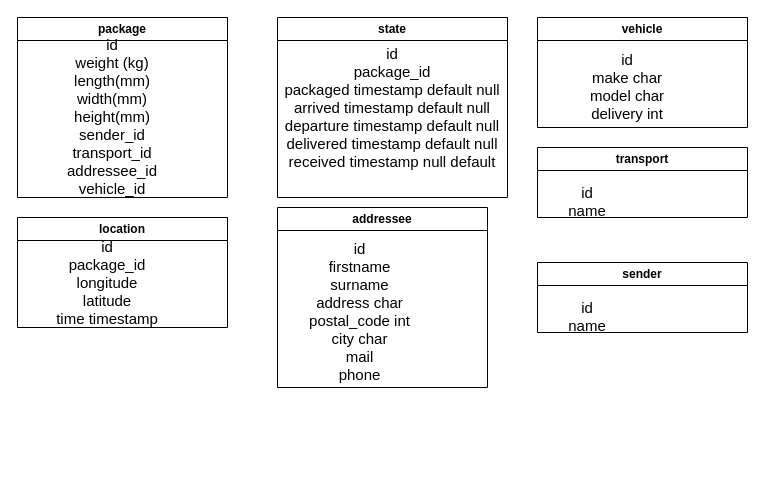
Jonathan-Schlegel/SAE302 keeps this draw.io diagram as schema_bdd.drawio. Above is the earlier version. Source tidied: cells renumbered, new cells numbered last; positions are measured from the earlier drawing's top-left corner, leaving out a move shared by most shapes. Both pictures are drawn from the tidied source at 100%, with x=0, y=0 at pixel (17, 17).
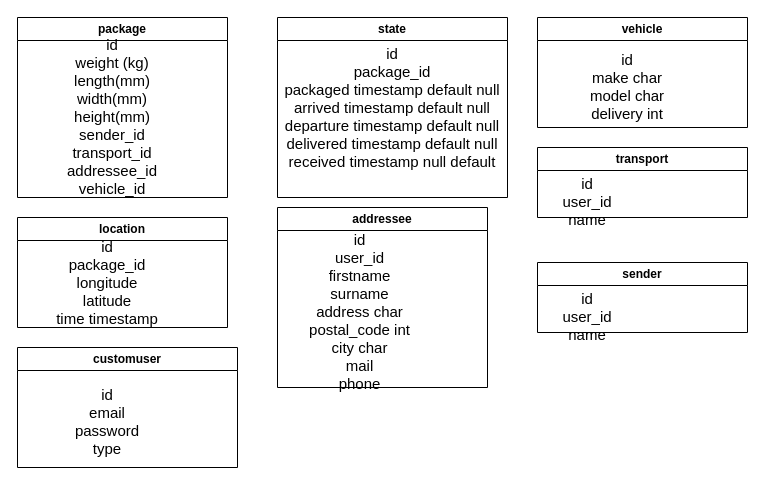
After the change.

The edit, as a diff of the source:
```diff
@@
 <mxGraphModel>
   <root>
     <mxCell id="0" />
     <mxCell id="1" parent="0" />
     <mxCell id="2" value="package" style="swimlane;whiteSpace=wrap;html=1;" parent="1" vertex="1">
       <mxGeometry width="210" height="180" as="geometry" />
     </mxCell>
     <mxCell id="3" value="&lt;div style=&quot;font-size: 15px;&quot;&gt;&lt;font style=&quot;font-size: 15px;&quot;&gt;&lt;br&gt;&lt;/font&gt;&lt;/div&gt;&lt;div style=&quot;font-size: 15px;&quot;&gt;&lt;font style=&quot;font-size: 15px;&quot;&gt;id&lt;/font&gt;&lt;/div&gt;&lt;div style=&quot;font-size: 15px;&quot;&gt;&lt;font style=&quot;font-size: 15px;&quot;&gt;weight (kg)&lt;br&gt;&lt;/font&gt;&lt;/div&gt;&lt;div style=&quot;font-size: 15px;&quot;&gt;&lt;font style=&quot;font-size: 15px;&quot;&gt;length(mm)&lt;/font&gt;&lt;/div&gt;&lt;div style=&quot;font-size: 15px;&quot;&gt;&lt;font style=&quot;font-size: 15px;&quot;&gt;width(mm)&lt;/font&gt;&lt;/div&gt;&lt;div style=&quot;font-size: 15px;&quot;&gt;&lt;font style=&quot;font-size: 15px;&quot;&gt;height(mm)&lt;/font&gt;&lt;/div&gt;&lt;div style=&quot;font-size: 15px;&quot;&gt;&lt;font style=&quot;font-size: 15px;&quot;&gt;sender_id&lt;/font&gt;&lt;/div&gt;&lt;div style=&quot;font-size: 15px;&quot;&gt;&lt;font style=&quot;font-size: 15px;&quot;&gt;transport_id&lt;/font&gt;&lt;/div&gt;&lt;div style=&quot;font-size: 15px;&quot;&gt;&lt;font style=&quot;font-size: 15px;&quot;&gt;addressee_id&lt;font style=&quot;font-size: 15px;&quot;&gt;&lt;br&gt;&lt;/font&gt;&lt;/font&gt;&lt;/div&gt;&lt;div style=&quot;font-size: 15px;&quot;&gt;&lt;font style=&quot;font-size: 15px;&quot;&gt;&lt;font style=&quot;font-size: 15px;&quot;&gt;vehicle_id&lt;br&gt;&lt;/font&gt;&lt;/font&gt;&lt;/div&gt;" style="text;html=1;strokeColor=none;fillColor=none;align=center;verticalAlign=middle;whiteSpace=wrap;rounded=0;" parent="2" vertex="1">
       <mxGeometry x="20" y="75" width="150" height="30" as="geometry" />
     </mxCell>
     <mxCell id="4" value="state" style="swimlane;whiteSpace=wrap;html=1;" parent="1" vertex="1">
       <mxGeometry x="260" width="230" height="180" as="geometry" />
     </mxCell>
     <mxCell id="5" value="&lt;div style=&quot;font-size: 15px;&quot;&gt;&lt;font style=&quot;font-size: 15px;&quot;&gt;&lt;br&gt;&lt;/font&gt;&lt;/div&gt;&lt;div style=&quot;font-size: 15px;&quot;&gt;&lt;font style=&quot;font-size: 15px;&quot;&gt;id&lt;/font&gt;&lt;/div&gt;&lt;div style=&quot;font-size: 15px;&quot;&gt;&lt;font style=&quot;font-size: 15px;&quot;&gt;package_id&lt;br&gt;&lt;/font&gt;&lt;/div&gt;&lt;div style=&quot;font-size: 15px;&quot;&gt;&lt;font style=&quot;font-size: 15px;&quot;&gt;packaged timestamp default null&lt;br&gt;&lt;/font&gt;&lt;/div&gt;&lt;div style=&quot;font-size: 15px;&quot;&gt;&lt;font style=&quot;font-size: 15px;&quot;&gt;arrived timestamp default null&lt;br&gt;&lt;/font&gt;&lt;/div&gt;&lt;div style=&quot;font-size: 15px;&quot;&gt;&lt;font style=&quot;font-size: 15px;&quot;&gt;departure timestamp default null&lt;br&gt;&lt;/font&gt;&lt;/div&gt;&lt;div style=&quot;font-size: 15px;&quot;&gt;&lt;font style=&quot;font-size: 15px;&quot;&gt;delivered timestamp default null&lt;br&gt;&lt;/font&gt;&lt;/div&gt;&lt;div style=&quot;font-size: 15px;&quot;&gt;&lt;font style=&quot;font-size: 15px;&quot;&gt;received timestamp null default&lt;br&gt;&lt;/font&gt;&lt;/div&gt;&lt;div style=&quot;font-size: 15px;&quot;&gt;&lt;font style=&quot;font-size: 15px;&quot;&gt;&lt;font style=&quot;font-size: 15px;&quot;&gt;&lt;br&gt;&lt;/font&gt;&lt;/font&gt;&lt;/div&gt;" style="text;html=1;strokeColor=none;fillColor=none;align=center;verticalAlign=middle;whiteSpace=wrap;rounded=0;" parent="4" vertex="1">
       <mxGeometry y="75" width="230" height="30" as="geometry" />
     </mxCell>
     <mxCell id="6" value="location" style="swimlane;whiteSpace=wrap;html=1;" parent="1" vertex="1">
       <mxGeometry y="200" width="210" height="110" as="geometry" />
     </mxCell>
     <mxCell id="7" value="&lt;div style=&quot;font-size: 15px;&quot;&gt;&lt;font style=&quot;font-size: 15px;&quot;&gt;&lt;br&gt;&lt;/font&gt;&lt;/div&gt;&lt;div style=&quot;font-size: 15px;&quot;&gt;&lt;font style=&quot;font-size: 15px;&quot;&gt;id&lt;/font&gt;&lt;/div&gt;&lt;div style=&quot;font-size: 15px;&quot;&gt;&lt;font style=&quot;font-size: 15px;&quot;&gt;package_id&lt;/font&gt;&lt;/div&gt;&lt;div style=&quot;font-size: 15px;&quot;&gt;&lt;font style=&quot;font-size: 15px;&quot;&gt;longitude&lt;/font&gt;&lt;/div&gt;&lt;div style=&quot;font-size: 15px;&quot;&gt;&lt;font style=&quot;font-size: 15px;&quot;&gt;latitude&lt;/font&gt;&lt;/div&gt;&lt;div style=&quot;font-size: 15px;&quot;&gt;&lt;font style=&quot;font-size: 15px;&quot;&gt;time timestamp&lt;br&gt;&lt;/font&gt;&lt;/div&gt;&lt;div style=&quot;font-size: 15px;&quot;&gt;&lt;font style=&quot;font-size: 15px;&quot;&gt;&lt;font style=&quot;font-size: 15px;&quot;&gt;&lt;br&gt;&lt;/font&gt;&lt;/font&gt;&lt;/div&gt;" style="text;html=1;strokeColor=none;fillColor=none;align=center;verticalAlign=middle;whiteSpace=wrap;rounded=0;" parent="6" vertex="1">
       <mxGeometry x="20" y="50" width="140" height="30" as="geometry" />
     </mxCell>
     <mxCell id="8" value="transport" style="swimlane;whiteSpace=wrap;html=1;" parent="1" vertex="1">
       <mxGeometry x="520" y="130" width="210" height="70" as="geometry" />
     </mxCell>
-    <mxCell id="9" value="&lt;div style=&quot;font-size: 15px;&quot;&gt;&lt;font style=&quot;font-size: 15px;&quot;&gt;&lt;br&gt;&lt;/font&gt;&lt;/div&gt;&lt;div style=&quot;font-size: 15px;&quot;&gt;&lt;font style=&quot;font-size: 15px;&quot;&gt;id&lt;/font&gt;&lt;/div&gt;&lt;div style=&quot;font-size: 15px;&quot;&gt;&lt;font style=&quot;font-size: 15px;&quot;&gt;name&lt;/font&gt;&lt;/div&gt;" style="text;html=1;strokeColor=none;fillColor=none;align=center;verticalAlign=middle;whiteSpace=wrap;rounded=0;" parent="8" vertex="1">
+    <mxCell id="9" value="&lt;div style=&quot;font-size: 15px;&quot;&gt;&lt;font style=&quot;font-size: 15px;&quot;&gt;&lt;br&gt;&lt;/font&gt;&lt;/div&gt;&lt;div style=&quot;font-size: 15px;&quot;&gt;&lt;font style=&quot;font-size: 15px;&quot;&gt;id&lt;/font&gt;&lt;/div&gt;&lt;div style=&quot;font-size: 15px;&quot;&gt;&lt;font style=&quot;font-size: 15px;&quot;&gt;user_id&lt;/font&gt;&lt;/div&gt;&lt;div style=&quot;font-size: 15px;&quot;&gt;&lt;font style=&quot;font-size: 15px;&quot;&gt;name&lt;/font&gt;&lt;/div&gt;" style="text;html=1;strokeColor=none;fillColor=none;align=center;verticalAlign=middle;whiteSpace=wrap;rounded=0;" parent="8" vertex="1">
       <mxGeometry x="20" y="30" width="60" height="30" as="geometry" />
     </mxCell>
     <mxCell id="10" value="addressee" style="swimlane;whiteSpace=wrap;html=1;" parent="1" vertex="1">
       <mxGeometry x="260" y="190" width="210" height="180" as="geometry" />
     </mxCell>
-    <mxCell id="11" value="&lt;div style=&quot;font-size: 15px;&quot;&gt;&lt;font style=&quot;font-size: 15px;&quot;&gt;&lt;br&gt;&lt;/font&gt;&lt;/div&gt;&lt;div style=&quot;font-size: 15px;&quot;&gt;&lt;font style=&quot;font-size: 15px;&quot;&gt;id&lt;/font&gt;&lt;/div&gt;&lt;div style=&quot;font-size: 15px;&quot;&gt;&lt;font style=&quot;font-size: 15px;&quot;&gt;firstname&lt;/font&gt;&lt;/div&gt;&lt;div style=&quot;font-size: 15px;&quot;&gt;&lt;font style=&quot;font-size: 15px;&quot;&gt;surname &lt;br&gt;&lt;/font&gt;&lt;/div&gt;&lt;div style=&quot;font-size: 15px;&quot;&gt;&lt;font style=&quot;font-size: 15px;&quot;&gt;&lt;font style=&quot;font-size: 15px;&quot;&gt;address char&lt;br&gt;&lt;/font&gt;&lt;/font&gt;&lt;/div&gt;&lt;div style=&quot;font-size: 15px;&quot;&gt;&lt;font style=&quot;font-size: 15px;&quot;&gt;&lt;font style=&quot;font-size: 15px;&quot;&gt;postal_code int&lt;br&gt;&lt;/font&gt;&lt;/font&gt;&lt;/div&gt;&lt;div style=&quot;font-size: 15px;&quot;&gt;&lt;font style=&quot;font-size: 15px;&quot;&gt;&lt;font style=&quot;font-size: 15px;&quot;&gt;city char&lt;br&gt;&lt;/font&gt;&lt;/font&gt;&lt;/div&gt;&lt;div style=&quot;font-size: 15px;&quot;&gt;&lt;font style=&quot;font-size: 15px;&quot;&gt;&lt;font style=&quot;font-size: 15px;&quot;&gt;mail&lt;/font&gt;&lt;/font&gt;&lt;/div&gt;&lt;div style=&quot;font-size: 15px;&quot;&gt;&lt;font style=&quot;font-size: 15px;&quot;&gt;&lt;font style=&quot;font-size: 15px;&quot;&gt;phone &lt;br&gt;&lt;/font&gt;&lt;/font&gt;&lt;/div&gt;" style="text;html=1;strokeColor=none;fillColor=none;align=center;verticalAlign=middle;whiteSpace=wrap;rounded=0;" parent="10" vertex="1">
+    <mxCell id="11" value="&lt;div style=&quot;font-size: 15px;&quot;&gt;&lt;font style=&quot;font-size: 15px;&quot;&gt;&lt;br&gt;&lt;/font&gt;&lt;/div&gt;&lt;div style=&quot;font-size: 15px;&quot;&gt;&lt;font style=&quot;font-size: 15px;&quot;&gt;id&lt;/font&gt;&lt;/div&gt;&lt;div style=&quot;font-size: 15px;&quot;&gt;user_id&lt;/div&gt;&lt;div style=&quot;font-size: 15px;&quot;&gt;&lt;font style=&quot;font-size: 15px;&quot;&gt;firstname&lt;/font&gt;&lt;/div&gt;&lt;div style=&quot;font-size: 15px;&quot;&gt;&lt;font style=&quot;font-size: 15px;&quot;&gt;surname &lt;br&gt;&lt;/font&gt;&lt;/div&gt;&lt;div style=&quot;font-size: 15px;&quot;&gt;&lt;font style=&quot;font-size: 15px;&quot;&gt;&lt;font style=&quot;font-size: 15px;&quot;&gt;address char&lt;br&gt;&lt;/font&gt;&lt;/font&gt;&lt;/div&gt;&lt;div style=&quot;font-size: 15px;&quot;&gt;&lt;font style=&quot;font-size: 15px;&quot;&gt;&lt;font style=&quot;font-size: 15px;&quot;&gt;postal_code int&lt;br&gt;&lt;/font&gt;&lt;/font&gt;&lt;/div&gt;&lt;div style=&quot;font-size: 15px;&quot;&gt;&lt;font style=&quot;font-size: 15px;&quot;&gt;&lt;font style=&quot;font-size: 15px;&quot;&gt;city char&lt;br&gt;&lt;/font&gt;&lt;/font&gt;&lt;/div&gt;&lt;div style=&quot;font-size: 15px;&quot;&gt;&lt;font style=&quot;font-size: 15px;&quot;&gt;&lt;font style=&quot;font-size: 15px;&quot;&gt;mail&lt;/font&gt;&lt;/font&gt;&lt;/div&gt;&lt;div style=&quot;font-size: 15px;&quot;&gt;&lt;font style=&quot;font-size: 15px;&quot;&gt;&lt;font style=&quot;font-size: 15px;&quot;&gt;phone &lt;br&gt;&lt;/font&gt;&lt;/font&gt;&lt;/div&gt;" style="text;html=1;strokeColor=none;fillColor=none;align=center;verticalAlign=middle;whiteSpace=wrap;rounded=0;" parent="10" vertex="1">
       <mxGeometry x="15" y="80" width="135" height="30" as="geometry" />
     </mxCell>
     <mxCell id="12" value="vehicle" style="swimlane;whiteSpace=wrap;html=1;" parent="1" vertex="1">
       <mxGeometry x="520" width="210" height="110" as="geometry" />
     </mxCell>
     <mxCell id="13" value="&lt;div style=&quot;font-size: 15px;&quot;&gt;&lt;font style=&quot;font-size: 15px;&quot;&gt;&lt;br&gt;&lt;/font&gt;&lt;/div&gt;&lt;div style=&quot;font-size: 15px;&quot;&gt;&lt;font style=&quot;font-size: 15px;&quot;&gt;id&lt;/font&gt;&lt;/div&gt;&lt;div style=&quot;font-size: 15px;&quot;&gt;&lt;font style=&quot;font-size: 15px;&quot;&gt;&lt;font style=&quot;font-size: 15px;&quot;&gt;make char&lt;br&gt;&lt;/font&gt;&lt;/font&gt;&lt;/div&gt;&lt;div style=&quot;font-size: 15px;&quot;&gt;&lt;font style=&quot;font-size: 15px;&quot;&gt;&lt;font style=&quot;font-size: 15px;&quot;&gt;model char&lt;br&gt;&lt;/font&gt;&lt;/font&gt;&lt;/div&gt;&lt;div style=&quot;font-size: 15px;&quot;&gt;&lt;font style=&quot;font-size: 15px;&quot;&gt;&lt;font style=&quot;font-size: 15px;&quot;&gt;delivery int&lt;br&gt;&lt;/font&gt;&lt;/font&gt;&lt;/div&gt;" style="text;html=1;strokeColor=none;fillColor=none;align=center;verticalAlign=middle;whiteSpace=wrap;rounded=0;" parent="12" vertex="1">
       <mxGeometry x="20" y="45" width="140" height="30" as="geometry" />
     </mxCell>
     <mxCell id="14" value="sender" style="swimlane;whiteSpace=wrap;html=1;" parent="1" vertex="1">
       <mxGeometry x="520" y="245" width="210" height="70" as="geometry" />
     </mxCell>
-    <mxCell id="15" value="&lt;div style=&quot;font-size: 15px;&quot;&gt;&lt;font style=&quot;font-size: 15px;&quot;&gt;&lt;br&gt;&lt;/font&gt;&lt;/div&gt;&lt;div style=&quot;font-size: 15px;&quot;&gt;&lt;font style=&quot;font-size: 15px;&quot;&gt;id&lt;/font&gt;&lt;/div&gt;&lt;div style=&quot;font-size: 15px;&quot;&gt;&lt;font style=&quot;font-size: 15px;&quot;&gt;name&lt;/font&gt;&lt;/div&gt;" style="text;html=1;strokeColor=none;fillColor=none;align=center;verticalAlign=middle;whiteSpace=wrap;rounded=0;" parent="14" vertex="1">
+    <mxCell id="15" value="&lt;div style=&quot;font-size: 15px;&quot;&gt;&lt;font style=&quot;font-size: 15px;&quot;&gt;&lt;br&gt;&lt;/font&gt;&lt;/div&gt;&lt;div style=&quot;font-size: 15px;&quot;&gt;&lt;font style=&quot;font-size: 15px;&quot;&gt;id&lt;/font&gt;&lt;/div&gt;&lt;div style=&quot;font-size: 15px;&quot;&gt;user_id&lt;/div&gt;&lt;div style=&quot;font-size: 15px;&quot;&gt;&lt;font style=&quot;font-size: 15px;&quot;&gt;name&lt;/font&gt;&lt;/div&gt;" style="text;html=1;strokeColor=none;fillColor=none;align=center;verticalAlign=middle;whiteSpace=wrap;rounded=0;" parent="14" vertex="1">
       <mxGeometry x="20" y="30" width="60" height="30" as="geometry" />
     </mxCell>
+    <mxCell id="16" value="customuser" style="swimlane;whiteSpace=wrap;html=1;" parent="1" vertex="1">
+      <mxGeometry y="330" width="220" height="120" as="geometry" />
+    </mxCell>
+    <mxCell id="17" value="&lt;div style=&quot;font-size: 15px;&quot;&gt;&lt;font style=&quot;font-size: 15px;&quot;&gt;&lt;br&gt;&lt;/font&gt;&lt;/div&gt;&lt;div style=&quot;font-size: 15px;&quot;&gt;id&lt;/div&gt;&lt;div style=&quot;font-size: 15px;&quot;&gt;email&lt;/div&gt;&lt;div style=&quot;font-size: 15px;&quot;&gt;password&lt;/div&gt;&lt;div style=&quot;font-size: 15px;&quot;&gt;type&lt;/div&gt;" style="text;html=1;strokeColor=none;fillColor=none;align=center;verticalAlign=middle;whiteSpace=wrap;rounded=0;" parent="16" vertex="1">
+      <mxGeometry x="20" y="50" width="140" height="30" as="geometry" />
+    </mxCell>
   </root>
 </mxGraphModel>
```
